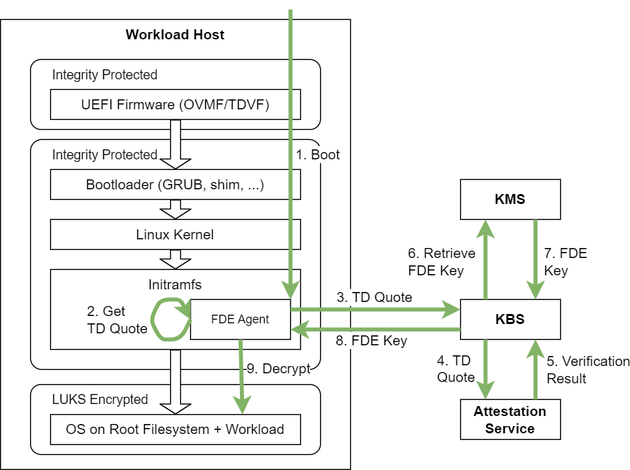
Above: full-disk-encryption/figures/overview_runtime.png in intel/confidential-computing.tee.tools (draw.io), before the change. Source tidied: cells renumbered, new cells last; positions are measured from the earlier drawing's top-left corner, leaving out a move shared by most shapes. The source it was exported from:
```xml
<mxGraphModel>
  <root>
    <mxCell id="0" />
    <mxCell id="1" parent="0" />
    <mxCell id="2" value="Workload Host" style="rounded=0;whiteSpace=wrap;html=1;fontSize=14;verticalAlign=top;fontStyle=1;" parent="1" vertex="1">
      <mxGeometry y="10" width="350" height="450" as="geometry" />
    </mxCell>
    <mxCell id="3" style="rounded=1;whiteSpace=wrap;html=1;fillColor=default;arcSize=15;strokeColor=default;align=center;verticalAlign=middle;fontFamily=Helvetica;fontSize=12;fontColor=default;" parent="1" vertex="1">
      <mxGeometry x="30" y="50" width="290" height="70" as="geometry" />
    </mxCell>
    <mxCell id="4" style="rounded=1;whiteSpace=wrap;html=1;fillColor=default;arcSize=5;" parent="1" vertex="1">
      <mxGeometry x="30" y="130" width="290" height="230" as="geometry" />
    </mxCell>
    <mxCell id="5" value="UEFI&amp;nbsp;Firmware (OVMF/TDVF)" style="rounded=0;whiteSpace=wrap;html=1;fontSize=14;" parent="1" vertex="1">
      <mxGeometry x="50" y="80" width="250" height="30" as="geometry" />
    </mxCell>
    <mxCell id="6" value="Bootloader (GRUB, shim, ...)" style="rounded=0;whiteSpace=wrap;html=1;fontSize=14;" parent="1" vertex="1">
      <mxGeometry x="50" y="160" width="250" height="30" as="geometry" />
    </mxCell>
    <mxCell id="7" value="Linux Kernel" style="rounded=0;whiteSpace=wrap;html=1;fontSize=14;" parent="1" vertex="1">
      <mxGeometry x="50" y="210" width="250" height="30" as="geometry" />
    </mxCell>
    <mxCell id="8" value="Initramfs" style="rounded=0;whiteSpace=wrap;html=1;fontSize=14;verticalAlign=top;" parent="1" vertex="1">
      <mxGeometry x="50" y="260" width="250" height="80" as="geometry" />
    </mxCell>
    <mxCell id="9" style="shape=flexArrow;endArrow=classic;html=1;exitX=0.5;exitY=1;exitDx=0;exitDy=0;entryX=0.5;entryY=0;entryDx=0;entryDy=0;endSize=3;startSize=2;fillColor=default;" parent="1" edge="1" source="5" target="6">
      <mxGeometry relative="1" as="geometry" />
    </mxCell>
    <mxCell id="10" style="shape=flexArrow;endArrow=classic;html=1;entryX=0.5;entryY=0;entryDx=0;entryDy=0;endSize=3;startSize=2;" parent="1" edge="1" target="7">
      <mxGeometry relative="1" as="geometry">
        <mxPoint x="175" y="190" as="sourcePoint" />
      </mxGeometry>
    </mxCell>
    <mxCell id="11" style="shape=flexArrow;endArrow=classic;html=1;entryX=0.5;entryY=0;entryDx=0;entryDy=0;endSize=3;startSize=2;exitX=0.5;exitY=1;exitDx=0;exitDy=0;" parent="1" edge="1" source="7" target="8">
      <mxGeometry relative="1" as="geometry" />
    </mxCell>
    <mxCell id="12" value="Integrity Protected" style="text;html=1;align=left;verticalAlign=middle;whiteSpace=wrap;rounded=0;fontSize=13;" parent="1" vertex="1">
      <mxGeometry x="50" y="130" width="140" height="30" as="geometry" />
    </mxCell>
    <mxCell id="13" style="rounded=1;whiteSpace=wrap;html=1;fillColor=default;arcSize=15;strokeColor=default;align=center;verticalAlign=middle;fontFamily=Helvetica;fontSize=12;fontColor=default;" parent="1" vertex="1">
      <mxGeometry x="30" y="375" width="290" height="70" as="geometry" />
    </mxCell>
    <mxCell id="14" value="&lt;span style=&quot;color: rgb(0, 0, 0);&quot;&gt;OS on Root Filesystem + Workload&lt;/span&gt;" style="rounded=0;whiteSpace=wrap;html=1;fontSize=14;" parent="1" vertex="1">
      <mxGeometry x="50" y="405" width="250" height="30" as="geometry" />
    </mxCell>
    <mxCell id="15" value="LUKS Encrypted" style="text;html=1;align=left;verticalAlign=middle;whiteSpace=wrap;rounded=0;fontSize=13;" parent="1" vertex="1">
      <mxGeometry x="50" y="375" width="140" height="30" as="geometry" />
    </mxCell>
    <mxCell id="16" style="shape=flexArrow;endArrow=classic;html=1;entryX=0.5;entryY=0;entryDx=0;entryDy=0;endSize=3;startSize=2;fillColor=default;exitX=0.5;exitY=1;exitDx=0;exitDy=0;" parent="1" edge="1" source="8" target="14">
      <mxGeometry relative="1" as="geometry" />
    </mxCell>
    <mxCell id="17" value="Integrity Protected" style="text;html=1;align=left;verticalAlign=middle;whiteSpace=wrap;rounded=0;fontSize=13;" parent="1" vertex="1">
      <mxGeometry x="50" y="50" width="140" height="30" as="geometry" />
    </mxCell>
    <mxCell id="18" value="FDE Agent" style="rounded=0;whiteSpace=wrap;html=1;fontSize=12;" parent="1" vertex="1">
      <mxGeometry x="190" y="290" width="100" height="40" as="geometry" />
    </mxCell>
    <mxCell id="19" value="KMS" style="rounded=0;whiteSpace=wrap;html=1;fontSize=14;flipH=1;fontStyle=1;" parent="1" vertex="1">
      <mxGeometry x="460" y="170" width="100" height="40" as="geometry" />
    </mxCell>
    <mxCell id="20" value="KBS" style="rounded=0;whiteSpace=wrap;html=1;fontSize=14;fontStyle=1;" parent="1" vertex="1">
      <mxGeometry x="460" y="290" width="100" height="40" as="geometry" />
    </mxCell>
    <mxCell id="21" value="Attestation&lt;br style=&quot;border-color: var(--border-color);&quot;&gt;Service" style="rounded=0;whiteSpace=wrap;html=1;fontSize=14;flipH=1;fontStyle=1;" parent="1" vertex="1">
      <mxGeometry x="460" y="390" width="100" height="40" as="geometry" />
    </mxCell>
    <mxCell id="22" style="endArrow=classic;html=1;fontColor=default;fillColor=#d5e8d4;strokeColor=#82b366;entryX=1;entryY=0;entryDx=0;entryDy=0;strokeWidth=4;" parent="1" edge="1" target="18">
      <mxGeometry relative="1" as="geometry">
        <mxPoint x="290" as="sourcePoint" />
      </mxGeometry>
    </mxCell>
    <mxCell id="23" value="1. Boot" style="edgeLabel;html=1;align=center;verticalAlign=middle;fontSize=14;" parent="22" vertex="1">
      <mxGeometry x="0.08" y="2" relative="1" as="geometry">
        <mxPoint x="24" y="-12" as="offset" />
      </mxGeometry>
    </mxCell>
    <mxCell id="24" style="endArrow=classic;html=1;fontColor=default;fillColor=#d5e8d4;strokeColor=#82b366;strokeWidth=4;entryX=0;entryY=0.25;entryDx=0;entryDy=0;exitX=1;exitY=0.25;exitDx=0;exitDy=0;" parent="1" edge="1" source="18" target="20">
      <mxGeometry relative="1" as="geometry" />
    </mxCell>
    <mxCell id="25" value="3. TD Quote" style="edgeLabel;html=1;align=center;verticalAlign=middle;fontSize=14;" parent="24" vertex="1">
      <mxGeometry x="0.08" y="2" relative="1" as="geometry">
        <mxPoint x="-9" y="-11" as="offset" />
      </mxGeometry>
    </mxCell>
    <mxCell id="26" style="endArrow=classic;html=1;fontColor=default;fillColor=#d5e8d4;strokeColor=#82b366;strokeWidth=4;exitX=0.25;exitY=1;exitDx=0;exitDy=0;entryX=0.25;entryY=0;entryDx=0;entryDy=0;" parent="1" edge="1" source="20" target="21">
      <mxGeometry relative="1" as="geometry" />
    </mxCell>
    <mxCell id="27" value="4. TD &lt;br&gt;Quote" style="edgeLabel;html=1;align=left;verticalAlign=middle;fontSize=14;" parent="26" vertex="1">
      <mxGeometry x="0.08" y="2" relative="1" as="geometry">
        <mxPoint x="-52" y="-4" as="offset" />
      </mxGeometry>
    </mxCell>
    <mxCell id="28" style="endArrow=classic;html=1;fontColor=default;fillColor=#d5e8d4;strokeColor=#82b366;strokeWidth=4;exitX=0.75;exitY=0;exitDx=0;exitDy=0;entryX=0.75;entryY=1;entryDx=0;entryDy=0;" parent="1" edge="1" source="21" target="20">
      <mxGeometry relative="1" as="geometry" />
    </mxCell>
    <mxCell id="29" value="5. Verification&lt;br&gt;&lt;div style=&quot;text-align: left;&quot;&gt;&lt;span style=&quot;background-color: light-dark(#ffffff, var(--ge-dark-color, #121212));&quot;&gt;Result&lt;/span&gt;&lt;/div&gt;" style="edgeLabel;html=1;align=center;verticalAlign=middle;fontSize=14;" parent="28" vertex="1">
      <mxGeometry x="0.08" y="2" relative="1" as="geometry">
        <mxPoint x="54" y="1" as="offset" />
      </mxGeometry>
    </mxCell>
    <mxCell id="30" style="endArrow=classic;html=1;fontColor=default;fillColor=#d5e8d4;strokeColor=#82b366;strokeWidth=4;exitX=0.25;exitY=0;exitDx=0;exitDy=0;entryX=0.25;entryY=1;entryDx=0;entryDy=0;" parent="1" edge="1" source="20" target="19">
      <mxGeometry relative="1" as="geometry" />
    </mxCell>
    <mxCell id="31" value="6. Retrieve&lt;br&gt;FDE Key" style="edgeLabel;html=1;align=left;verticalAlign=middle;fontSize=14;" parent="30" vertex="1">
      <mxGeometry relative="1" as="geometry">
        <mxPoint x="-79" y="1" as="offset" />
      </mxGeometry>
    </mxCell>
    <mxCell id="32" style="endArrow=classic;html=1;fontColor=default;fillColor=#d5e8d4;strokeColor=#82b366;strokeWidth=4;exitX=0.75;exitY=1;exitDx=0;exitDy=0;entryX=0.75;entryY=0;entryDx=0;entryDy=0;" parent="1" edge="1" source="19" target="20">
      <mxGeometry relative="1" as="geometry" />
    </mxCell>
    <mxCell id="33" value="7&lt;span style=&quot;background-color: light-dark(#ffffff, var(--ge-dark-color, #121212));&quot;&gt;.&amp;nbsp;FDE&lt;/span&gt;&lt;div&gt;Key&lt;/div&gt;" style="edgeLabel;html=1;align=left;verticalAlign=middle;fontSize=14;" parent="32" vertex="1">
      <mxGeometry relative="1" as="geometry">
        <mxPoint x="7" y="1" as="offset" />
      </mxGeometry>
    </mxCell>
    <mxCell id="34" style="endArrow=classic;html=1;fontColor=default;fillColor=#d5e8d4;strokeColor=#82b366;strokeWidth=4;exitX=0;exitY=0.75;exitDx=0;exitDy=0;entryX=1;entryY=0.75;entryDx=0;entryDy=0;" parent="1" edge="1" source="20" target="18">
      <mxGeometry relative="1" as="geometry" />
    </mxCell>
    <mxCell id="35" value="8. FDE Key" style="edgeLabel;html=1;align=center;verticalAlign=middle;fontSize=14;" parent="34" vertex="1">
      <mxGeometry x="0.08" y="2" relative="1" as="geometry">
        <mxPoint x="2" y="8" as="offset" />
      </mxGeometry>
    </mxCell>
    <mxCell id="36" style="endArrow=classic;html=1;exitX=0;exitY=0.5;exitDx=0;exitDy=0;rounded=1;strokeColor=#82b366;strokeWidth=4;align=center;verticalAlign=middle;fontFamily=Helvetica;fontSize=11;fontColor=default;labelBackgroundColor=default;fillColor=#d5e8d4;" parent="1" edge="1" source="18">
      <mxGeometry relative="1" as="geometry">
        <mxPoint x="190" y="310" as="targetPoint" />
        <Array as="points">
          <mxPoint x="180" y="330" />
          <mxPoint x="160" y="330" />
          <mxPoint x="150" y="310" />
          <mxPoint x="160" y="290" />
          <mxPoint x="180" y="290" />
        </Array>
      </mxGeometry>
    </mxCell>
    <mxCell id="37" value="2. Get &lt;br&gt;TD Quote" style="edgeLabel;html=1;align=left;verticalAlign=middle;fontSize=14;" parent="36" vertex="1">
      <mxGeometry x="-0.12" y="-3" relative="1" as="geometry">
        <mxPoint x="-71" y="-6" as="offset" />
      </mxGeometry>
    </mxCell>
    <mxCell id="38" style="endArrow=classic;html=1;fontColor=default;fillColor=#d5e8d4;strokeColor=#82b366;strokeWidth=4;exitX=0.5;exitY=1;exitDx=0;exitDy=0;" parent="1" edge="1" source="18">
      <mxGeometry relative="1" as="geometry">
        <mxPoint x="242" y="405" as="targetPoint" />
      </mxGeometry>
    </mxCell>
    <mxCell id="39" value="9. Decrypt" style="edgeLabel;html=1;align=center;verticalAlign=middle;fontSize=14;" parent="38" vertex="1">
      <mxGeometry x="0.08" y="2" relative="1" as="geometry">
        <mxPoint x="34" y="-11" as="offset" />
      </mxGeometry>
    </mxCell>
  </root>
</mxGraphModel>
```
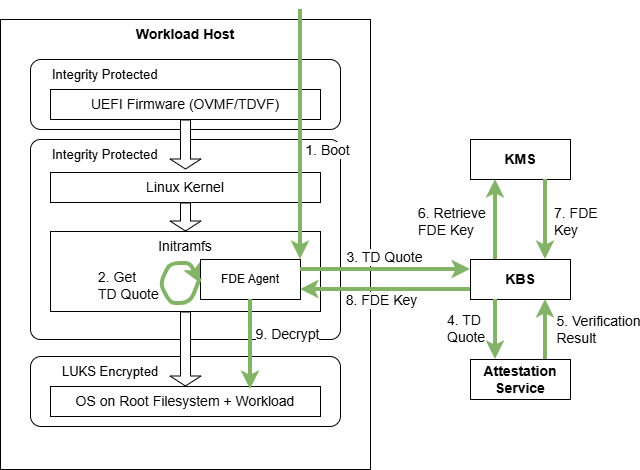
Above is the later version.

Diff of the diagram source:
```diff
@@ -3,75 +3,69 @@
     <mxCell id="0" />
     <mxCell id="1" parent="0" />
     <mxCell id="2" value="Workload Host" style="rounded=0;whiteSpace=wrap;html=1;fontSize=14;verticalAlign=top;fontStyle=1;" parent="1" vertex="1">
-      <mxGeometry y="10" width="350" height="450" as="geometry" />
+      <mxGeometry x="140" y="270" width="370" height="450" as="geometry" />
     </mxCell>
     <mxCell id="3" style="rounded=1;whiteSpace=wrap;html=1;fillColor=default;arcSize=15;strokeColor=default;align=center;verticalAlign=middle;fontFamily=Helvetica;fontSize=12;fontColor=default;" parent="1" vertex="1">
-      <mxGeometry x="30" y="50" width="290" height="70" as="geometry" />
+      <mxGeometry x="170" y="310" width="310" height="70" as="geometry" />
     </mxCell>
     <mxCell id="4" style="rounded=1;whiteSpace=wrap;html=1;fillColor=default;arcSize=5;" parent="1" vertex="1">
-      <mxGeometry x="30" y="130" width="290" height="230" as="geometry" />
+      <mxGeometry x="170" y="390" width="310" height="200" as="geometry" />
     </mxCell>
     <mxCell id="5" value="UEFI&amp;nbsp;Firmware (OVMF/TDVF)" style="rounded=0;whiteSpace=wrap;html=1;fontSize=14;" parent="1" vertex="1">
-      <mxGeometry x="50" y="80" width="250" height="30" as="geometry" />
+      <mxGeometry x="190" y="340" width="270" height="30" as="geometry" />
     </mxCell>
-    <mxCell id="6" value="Bootloader (GRUB, shim, ...)" style="rounded=0;whiteSpace=wrap;html=1;fontSize=14;" parent="1" vertex="1">
-      <mxGeometry x="50" y="160" width="250" height="30" as="geometry" />
-    </mxCell>
     <mxCell id="7" value="Linux Kernel" style="rounded=0;whiteSpace=wrap;html=1;fontSize=14;" parent="1" vertex="1">
-      <mxGeometry x="50" y="210" width="250" height="30" as="geometry" />
+      <mxGeometry x="190" y="423" width="270" height="30" as="geometry" />
     </mxCell>
     <mxCell id="8" value="Initramfs" style="rounded=0;whiteSpace=wrap;html=1;fontSize=14;verticalAlign=top;" parent="1" vertex="1">
-      <mxGeometry x="50" y="260" width="250" height="80" as="geometry" />
+      <mxGeometry x="190" y="482" width="270" height="80" as="geometry" />
     </mxCell>
-    <mxCell id="9" style="shape=flexArrow;endArrow=classic;html=1;exitX=0.5;exitY=1;exitDx=0;exitDy=0;entryX=0.5;entryY=0;entryDx=0;entryDy=0;endSize=3;startSize=2;fillColor=default;" parent="1" edge="1" source="5" target="6">
-      <mxGeometry relative="1" as="geometry" />
+    <mxCell id="9" style="shape=flexArrow;endArrow=classic;html=1;exitX=0.5;exitY=1;exitDx=0;exitDy=0;entryX=0.5;entryY=0;entryDx=0;entryDy=0;endSize=3;startSize=2;fillColor=default;" parent="1" edge="1" source="5">
+      <mxGeometry relative="1" as="geometry">
+        <mxPoint x="325" y="420" as="targetPoint" />
+      </mxGeometry>
     </mxCell>
-    <mxCell id="10" style="shape=flexArrow;endArrow=classic;html=1;entryX=0.5;entryY=0;entryDx=0;entryDy=0;endSize=3;startSize=2;" parent="1" edge="1" target="7">
-      <mxGeometry relative="1" as="geometry">
-        <mxPoint x="175" y="190" as="sourcePoint" />
-      </mxGeometry>
-    </mxCell>
     <mxCell id="11" style="shape=flexArrow;endArrow=classic;html=1;entryX=0.5;entryY=0;entryDx=0;entryDy=0;endSize=3;startSize=2;exitX=0.5;exitY=1;exitDx=0;exitDy=0;" parent="1" edge="1" source="7" target="8">
       <mxGeometry relative="1" as="geometry" />
     </mxCell>
     <mxCell id="12" value="Integrity Protected" style="text;html=1;align=left;verticalAlign=middle;whiteSpace=wrap;rounded=0;fontSize=13;" parent="1" vertex="1">
-      <mxGeometry x="50" y="130" width="140" height="30" as="geometry" />
+      <mxGeometry x="190" y="390" width="140" height="30" as="geometry" />
     </mxCell>
     <mxCell id="13" style="rounded=1;whiteSpace=wrap;html=1;fillColor=default;arcSize=15;strokeColor=default;align=center;verticalAlign=middle;fontFamily=Helvetica;fontSize=12;fontColor=default;" parent="1" vertex="1">
-      <mxGeometry x="30" y="375" width="290" height="70" as="geometry" />
+      <mxGeometry x="170" y="607" width="310" height="70" as="geometry" />
     </mxCell>
     <mxCell id="14" value="&lt;span style=&quot;color: rgb(0, 0, 0);&quot;&gt;OS on Root Filesystem + Workload&lt;/span&gt;" style="rounded=0;whiteSpace=wrap;html=1;fontSize=14;" parent="1" vertex="1">
-      <mxGeometry x="50" y="405" width="250" height="30" as="geometry" />
+      <mxGeometry x="190" y="637" width="270" height="30" as="geometry" />
     </mxCell>
     <mxCell id="15" value="LUKS Encrypted" style="text;html=1;align=left;verticalAlign=middle;whiteSpace=wrap;rounded=0;fontSize=13;" parent="1" vertex="1">
-      <mxGeometry x="50" y="375" width="140" height="30" as="geometry" />
+      <mxGeometry x="200" y="607" width="140" height="30" as="geometry" />
     </mxCell>
     <mxCell id="16" style="shape=flexArrow;endArrow=classic;html=1;entryX=0.5;entryY=0;entryDx=0;entryDy=0;endSize=3;startSize=2;fillColor=default;exitX=0.5;exitY=1;exitDx=0;exitDy=0;" parent="1" edge="1" source="8" target="14">
       <mxGeometry relative="1" as="geometry" />
     </mxCell>
     <mxCell id="17" value="Integrity Protected" style="text;html=1;align=left;verticalAlign=middle;whiteSpace=wrap;rounded=0;fontSize=13;" parent="1" vertex="1">
-      <mxGeometry x="50" y="50" width="140" height="30" as="geometry" />
+      <mxGeometry x="190" y="310" width="140" height="30" as="geometry" />
     </mxCell>
     <mxCell id="18" value="FDE Agent" style="rounded=0;whiteSpace=wrap;html=1;fontSize=12;" parent="1" vertex="1">
-      <mxGeometry x="190" y="290" width="100" height="40" as="geometry" />
+      <mxGeometry x="340" y="510" width="100" height="40" as="geometry" />
     </mxCell>
     <mxCell id="19" value="KMS" style="rounded=0;whiteSpace=wrap;html=1;fontSize=14;flipH=1;fontStyle=1;" parent="1" vertex="1">
-      <mxGeometry x="460" y="170" width="100" height="40" as="geometry" />
+      <mxGeometry x="610" y="390" width="100" height="40" as="geometry" />
     </mxCell>
     <mxCell id="20" value="KBS" style="rounded=0;whiteSpace=wrap;html=1;fontSize=14;fontStyle=1;" parent="1" vertex="1">
-      <mxGeometry x="460" y="290" width="100" height="40" as="geometry" />
+      <mxGeometry x="610" y="510" width="100" height="40" as="geometry" />
     </mxCell>
     <mxCell id="21" value="Attestation&lt;br style=&quot;border-color: var(--border-color);&quot;&gt;Service" style="rounded=0;whiteSpace=wrap;html=1;fontSize=14;flipH=1;fontStyle=1;" parent="1" vertex="1">
-      <mxGeometry x="460" y="390" width="100" height="40" as="geometry" />
+      <mxGeometry x="610" y="610" width="100" height="40" as="geometry" />
     </mxCell>
     <mxCell id="22" style="endArrow=classic;html=1;fontColor=default;fillColor=#d5e8d4;strokeColor=#82b366;entryX=1;entryY=0;entryDx=0;entryDy=0;strokeWidth=4;" parent="1" edge="1" target="18">
       <mxGeometry relative="1" as="geometry">
-        <mxPoint x="290" as="sourcePoint" />
+        <mxPoint x="440" y="260" as="sourcePoint" />
       </mxGeometry>
     </mxCell>
     <mxCell id="23" value="1. Boot" style="edgeLabel;html=1;align=center;verticalAlign=middle;fontSize=14;" parent="22" vertex="1">
       <mxGeometry x="0.08" y="2" relative="1" as="geometry">
-        <mxPoint x="24" y="-12" as="offset" />
+        <mxPoint x="24" y="5" as="offset" />
       </mxGeometry>
     </mxCell>
     <mxCell id="24" style="endArrow=classic;html=1;fontColor=default;fillColor=#d5e8d4;strokeColor=#82b366;strokeWidth=4;entryX=0;entryY=0.25;entryDx=0;entryDy=0;exitX=1;exitY=0.25;exitDx=0;exitDy=0;" parent="1" edge="1" source="18" target="20">
@@ -122,15 +116,16 @@
         <mxPoint x="2" y="8" as="offset" />
       </mxGeometry>
     </mxCell>
-    <mxCell id="36" style="endArrow=classic;html=1;exitX=0;exitY=0.5;exitDx=0;exitDy=0;rounded=1;strokeColor=#82b366;strokeWidth=4;align=center;verticalAlign=middle;fontFamily=Helvetica;fontSize=11;fontColor=default;labelBackgroundColor=default;fillColor=#d5e8d4;" parent="1" edge="1" source="18">
+    <mxCell id="36" style="endArrow=classic;html=1;rounded=1;strokeColor=#82b366;strokeWidth=4;align=center;verticalAlign=middle;fontFamily=Helvetica;fontSize=11;fontColor=default;labelBackgroundColor=default;fillColor=#d5e8d4;" parent="1" edge="1">
       <mxGeometry relative="1" as="geometry">
-        <mxPoint x="190" y="310" as="targetPoint" />
+        <mxPoint x="340" y="529" as="sourcePoint" />
+        <mxPoint x="340" y="534" as="targetPoint" />
         <Array as="points">
-          <mxPoint x="180" y="330" />
-          <mxPoint x="160" y="330" />
-          <mxPoint x="150" y="310" />
-          <mxPoint x="160" y="290" />
-          <mxPoint x="180" y="290" />
+          <mxPoint x="330" y="554" />
+          <mxPoint x="310" y="554" />
+          <mxPoint x="300" y="534" />
+          <mxPoint x="310" y="514" />
+          <mxPoint x="330" y="514" />
         </Array>
       </mxGeometry>
     </mxCell>
@@ -141,12 +136,12 @@
     </mxCell>
     <mxCell id="38" style="endArrow=classic;html=1;fontColor=default;fillColor=#d5e8d4;strokeColor=#82b366;strokeWidth=4;exitX=0.5;exitY=1;exitDx=0;exitDy=0;" parent="1" edge="1" source="18">
       <mxGeometry relative="1" as="geometry">
-        <mxPoint x="242" y="405" as="targetPoint" />
+        <mxPoint x="390" y="640" as="targetPoint" />
       </mxGeometry>
     </mxCell>
     <mxCell id="39" value="9. Decrypt" style="edgeLabel;html=1;align=center;verticalAlign=middle;fontSize=14;" parent="38" vertex="1">
       <mxGeometry x="0.08" y="2" relative="1" as="geometry">
-        <mxPoint x="34" y="-11" as="offset" />
+        <mxPoint x="34" y="-15" as="offset" />
       </mxGeometry>
     </mxCell>
   </root>
```
